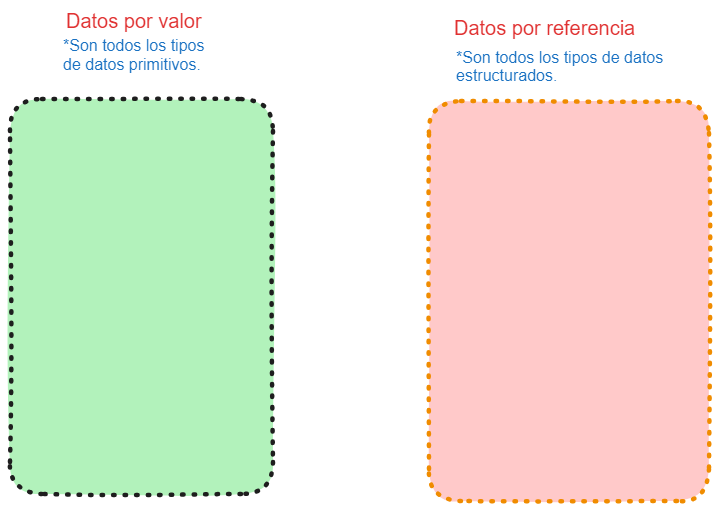
Before: Tipos_datos_estructurados/.excalidraw.png, a diagram exported from Excalidraw (tekthony/Curso_Python_2024.2). Source tidied: one line per element, renumbered; positions are measured from the earlier drawing's top-left corner, leaving out a move shared by most shapes.
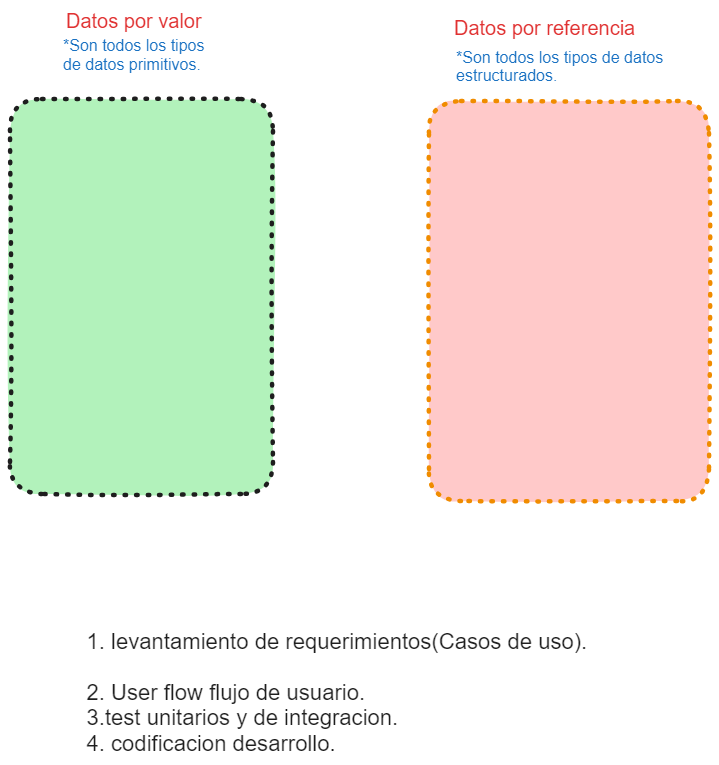
Above is the later version.

The edit, as a diff of the source:
```diff
@@ -4,3 +4,4 @@
 {"id": 3, "type": "rectangle", "strokeColor": "#f08c00", "backgroundColor": "#ffc9c9", "fillStyle": "solid", "strokeWidth": 4, "strokeStyle": "dotted", "roughness": 1, "round": true, "x": 419, "y": 91, "width": 280, "height": 400}
 {"id": 4, "type": "text", "text": "*Son todos los tipos\nde datos primitivos.", "strokeColor": "#1971c2", "strokeWidth": 2, "roughness": 1, "fontSize": 16, "fontFamily": 2, "x": 53, "y": 28, "width": 141, "height": 37}
 {"id": 5, "type": "text", "text": "*Son todos los tipos de datos \nestructurados.", "strokeColor": "#1971c2", "strokeWidth": 2, "roughness": 1, "fontSize": 16, "fontFamily": 2, "x": 446, "y": 39, "width": 212, "height": 37}
+{"id": 6, "type": "text", "text": "1. levantamiento de requerimientos(Casos de uso).\n\n2. User flow flujo de usuario.\n3.test unitarios y de integracion.\n4. codificacion desarrollo.", "strokeColor": "#1e1e1e", "strokeWidth": 2, "roughness": 1, "fontSize": 22.09, "fontFamily": 2, "x": 76, "y": 618, "width": 501, "height": 127}
```
